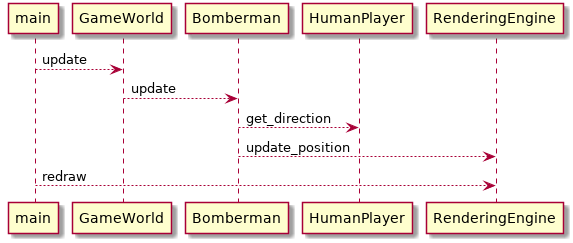
Before: docs/img/UC_1_2.png, a diagram exported from PlantUML (NadzwyczajnaGrupaRobocza/bomberman).
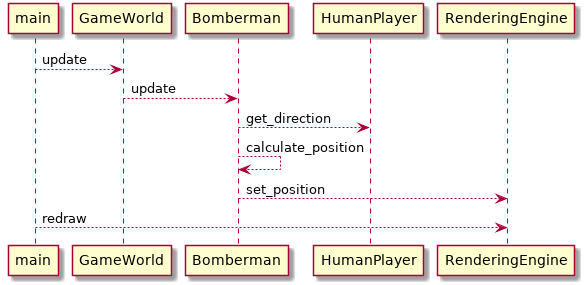
Later version of the same file.

Change to the diagram source:
```diff
@@ -3,7 +3,8 @@
 main --> GameWorld : update
 GameWorld --> Bomberman : update
 HumanPlayer <-- Bomberman : get_direction
-Bomberman --> RenderingEngine : update_position
+Bomberman --> Bomberman : calculate_position
+Bomberman --> RenderingEngine : set_position
 main --> RenderingEngine : redraw
 
 @enduml
```
